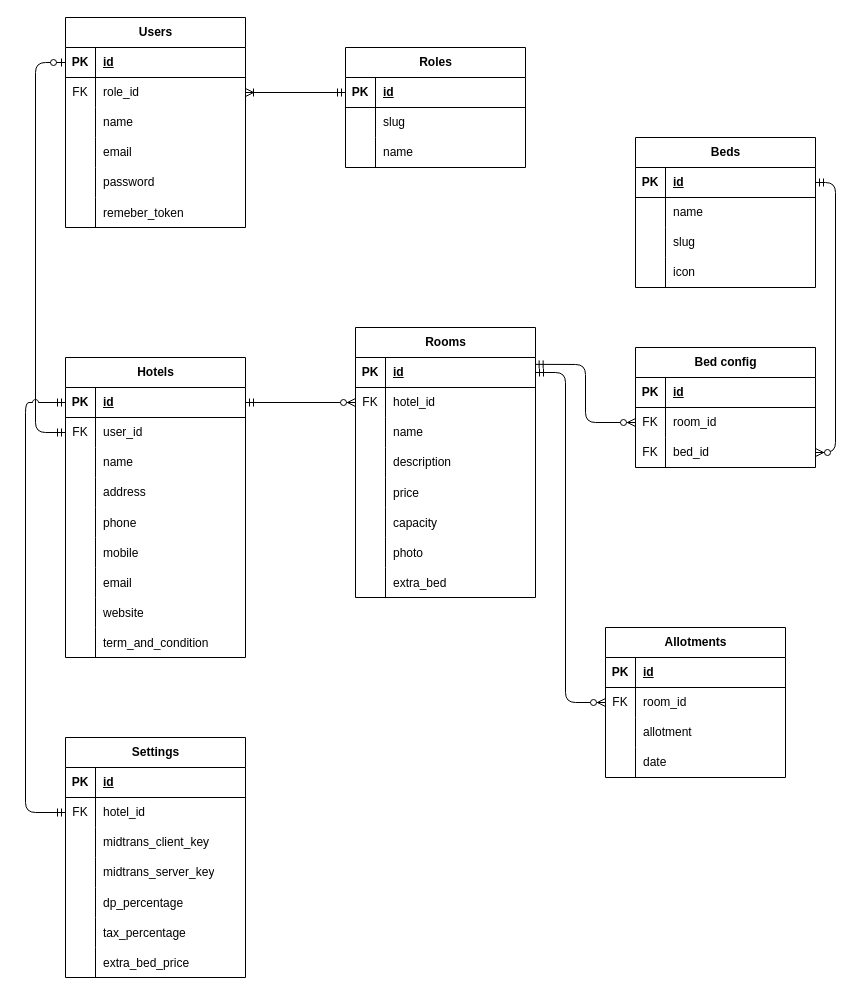
Earlier version of the draw.io diagram diagram.drawio (Hans-Star18/ta-booking-system). Source tidied: cells renumbered, new cells numbered last; positions are measured from the earlier drawing's top-left corner, leaving out a move shared by most shapes. Both pictures are drawn from the tidied source at 100%, with x=0, y=0 at pixel (25, 17).
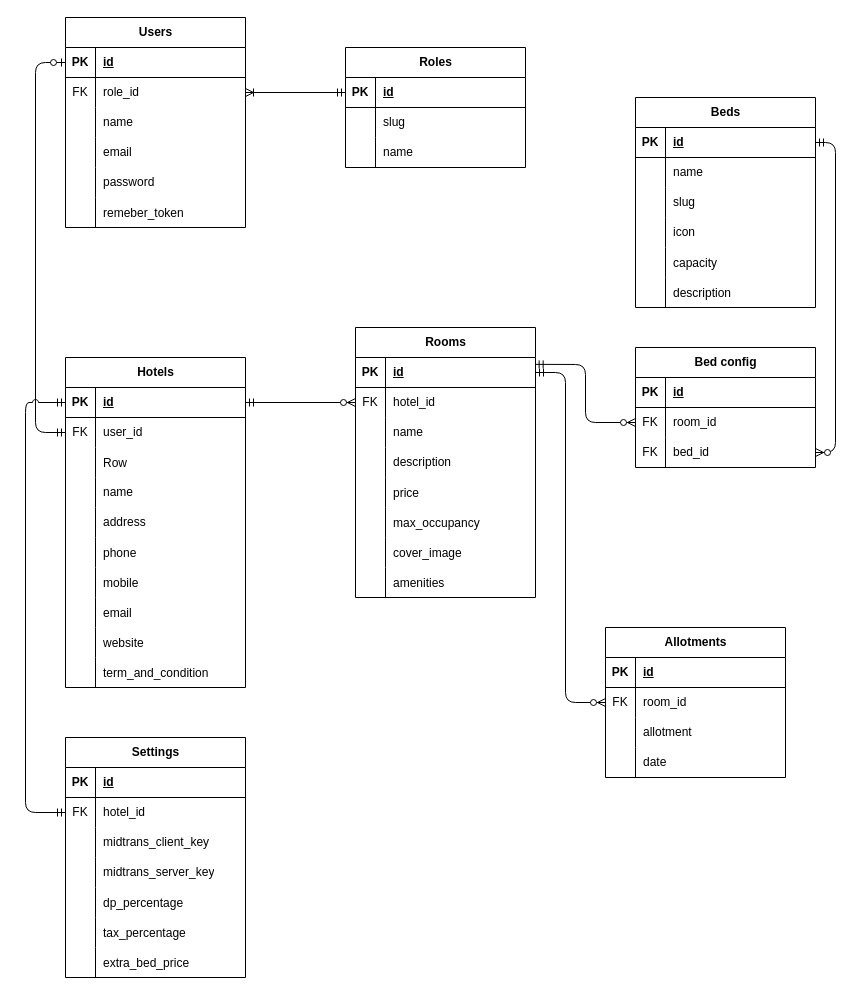
The same diagram, later.

The change refers to these unchanged cells:
```xml
<mxCell id="77" style="shape=tableRow;horizontal=0;startSize=0;swimlaneHead=0;swimlaneBody=0;fillColor=none;top=0;left=0;right=0;bottom=0;" parent="61" vertex="1">
  <mxGeometry y="180" width="180" height="30" as="geometry" />
</mxCell>
<mxCell id="80" style="shape=tableRow;horizontal=0;startSize=0;swimlaneHead=0;swimlaneBody=0;fillColor=none;top=0;left=0;right=0;bottom=0;" parent="61" vertex="1">
  <mxGeometry y="210" width="180" height="30" as="geometry" />
</mxCell>
<mxCell id="83" style="shape=tableRow;horizontal=0;startSize=0;swimlaneHead=0;swimlaneBody=0;fillColor=none;top=0;left=0;right=0;bottom=0;" parent="61" vertex="1">
  <mxGeometry y="240" width="180" height="30" as="geometry" />
</mxCell>
<mxCell id="87" style="shape=tableRow;horizontal=0;startSize=0;swimlaneHead=0;swimlaneBody=0;fillColor=none;points=[[0,0.5],[1,0.5]];portConstraint=eastwest;top=0;left=0;right=0;bottom=1;" parent="86" vertex="1">
  <mxGeometry y="30" width="180" height="30" as="geometry" />
</mxCell>
<mxCell id="121" style="shape=tableRow;horizontal=0;startSize=0;swimlaneHead=0;swimlaneBody=0;fillColor=none;points=[[0,0.5],[1,0.5]];portConstraint=eastwest;top=0;left=0;right=0;bottom=0;" parent="114" vertex="1">
  <mxGeometry y="90" width="180" height="30" as="geometry" />
</mxCell>
```

Diff of the diagram source:
```diff
@@
     <mxCell id="32" value="Hotels" style="shape=table;startSize=30;childLayout=tableLayout;rowLines=0;fontStyle=1;align=center;html=1;" parent="1" vertex="1">
-      <mxGeometry x="40" y="340" width="180" height="300" as="geometry" />
+      <mxGeometry x="40" y="340" width="180" height="330" as="geometry" />
     </mxCell>
@@
+    <mxCell id="149" style="shape=tableRow;horizontal=0;startSize=0;swimlaneHead=0;swimlaneBody=0;fillColor=none;top=0;left=0;right=0;bottom=0;" parent="32" vertex="1">
+      <mxGeometry y="90" width="180" height="30" as="geometry" />
+    </mxCell>
+    <mxCell id="150" style="shape=partialRectangle;fillColor=none;top=0;left=0;bottom=0;right=0;overflow=hidden;" parent="149" vertex="1">
+      <mxGeometry width="30" height="30" as="geometry" />
+    </mxCell>
+    <mxCell id="151" value="Row" style="shape=partialRectangle;fillColor=none;top=0;left=0;bottom=0;right=0;align=left;spacingLeft=6;overflow=hidden;" parent="149" vertex="1">
+      <mxGeometry x="30" width="150" height="30" as="geometry" />
+    </mxCell>
     <mxCell id="39" style="shape=tableRow;horizontal=0;startSize=0;swimlaneHead=0;swimlaneBody=0;fillColor=none;top=0;left=0;right=0;bottom=0;" parent="32" vertex="1">
-      <mxGeometry y="90" width="180" height="30" as="geometry" />
+      <mxGeometry y="120" width="180" height="30" as="geometry" />
     </mxCell>
@@
     <mxCell id="42" style="shape=tableRow;horizontal=0;startSize=0;swimlaneHead=0;swimlaneBody=0;fillColor=none;top=0;left=0;right=0;bottom=0;" parent="32" vertex="1">
-      <mxGeometry y="120" width="180" height="30" as="geometry" />
+      <mxGeometry y="150" width="180" height="30" as="geometry" />
     </mxCell>
@@
     <mxCell id="45" style="shape=tableRow;horizontal=0;startSize=0;swimlaneHead=0;swimlaneBody=0;fillColor=none;top=0;left=0;right=0;bottom=0;" parent="32" vertex="1">
-      <mxGeometry y="150" width="180" height="30" as="geometry" />
+      <mxGeometry y="180" width="180" height="30" as="geometry" />
     </mxCell>
@@
     <mxCell id="48" style="shape=tableRow;horizontal=0;startSize=0;swimlaneHead=0;swimlaneBody=0;fillColor=none;top=0;left=0;right=0;bottom=0;" parent="32" vertex="1">
-      <mxGeometry y="180" width="180" height="30" as="geometry" />
+      <mxGeometry y="210" width="180" height="30" as="geometry" />
     </mxCell>
@@
     <mxCell id="51" style="shape=tableRow;horizontal=0;startSize=0;swimlaneHead=0;swimlaneBody=0;fillColor=none;top=0;left=0;right=0;bottom=0;" parent="32" vertex="1">
-      <mxGeometry y="210" width="180" height="30" as="geometry" />
+      <mxGeometry y="240" width="180" height="30" as="geometry" />
     </mxCell>
@@
     <mxCell id="54" style="shape=tableRow;horizontal=0;startSize=0;swimlaneHead=0;swimlaneBody=0;fillColor=none;top=0;left=0;right=0;bottom=0;" parent="32" vertex="1">
-      <mxGeometry y="240" width="180" height="30" as="geometry" />
+      <mxGeometry y="270" width="180" height="30" as="geometry" />
     </mxCell>
@@
     <mxCell id="57" style="shape=tableRow;horizontal=0;startSize=0;swimlaneHead=0;swimlaneBody=0;fillColor=none;top=0;left=0;right=0;bottom=0;" parent="32" vertex="1">
-      <mxGeometry y="270" width="180" height="30" as="geometry" />
+      <mxGeometry y="300" width="180" height="30" as="geometry" />
     </mxCell>
@@
-    <mxCell id="79" value="capacity" style="shape=partialRectangle;fillColor=none;top=0;left=0;bottom=0;right=0;align=left;spacingLeft=6;overflow=hidden;" parent="77" vertex="1">
+    <mxCell id="79" value="max_occupancy" style="shape=partialRectangle;fillColor=none;top=0;left=0;bottom=0;right=0;align=left;spacingLeft=6;overflow=hidden;" parent="77" vertex="1">
       <mxGeometry x="30" width="150" height="30" as="geometry" />
     </mxCell>
@@
-    <mxCell id="82" value="photo" style="shape=partialRectangle;fillColor=none;top=0;left=0;bottom=0;right=0;align=left;spacingLeft=6;overflow=hidden;" parent="80" vertex="1">
+    <mxCell id="82" value="cover_image" style="shape=partialRectangle;fillColor=none;top=0;left=0;bottom=0;right=0;align=left;spacingLeft=6;overflow=hidden;" parent="80" vertex="1">
       <mxGeometry x="30" width="150" height="30" as="geometry" />
     </mxCell>
@@
-    <mxCell id="84" style="shape=partialRectangle;fillColor=none;top=0;left=0;bottom=0;right=0;overflow=hidden;" parent="83" vertex="1">
-      <mxGeometry width="30" height="30" as="geometry" />
-    </mxCell>
-    <mxCell id="85" value="extra_bed" style="shape=partialRectangle;fillColor=none;top=0;left=0;bottom=0;right=0;align=left;spacingLeft=6;overflow=hidden;" parent="83" vertex="1">
-      <mxGeometry x="30" width="150" height="30" as="geometry" />
-    </mxCell>
+    <mxCell id="152" style="shape=partialRectangle;fillColor=none;top=0;left=0;bottom=0;right=0;overflow=hidden;" parent="83" vertex="1">
+      <mxGeometry width="30" height="30" as="geometry" />
+    </mxCell>
+    <mxCell id="153" value="amenities" style="shape=partialRectangle;fillColor=none;top=0;left=0;bottom=0;right=0;align=left;spacingLeft=6;overflow=hidden;" parent="83" vertex="1">
+      <mxGeometry x="30" width="150" height="30" as="geometry" />
+    </mxCell>
     <mxCell id="86" value="Beds" style="shape=table;startSize=30;childLayout=tableLayout;rowLines=0;fontStyle=1;align=center;html=1;" parent="1" vertex="1">
-      <mxGeometry x="610" y="120" width="180" height="150" as="geometry" />
+      <mxGeometry x="610" y="80" width="180" height="210" as="geometry" />
     </mxCell>
@@
+    <mxCell id="154" style="shape=tableRow;horizontal=0;startSize=0;swimlaneHead=0;swimlaneBody=0;fillColor=none;top=0;left=0;right=0;bottom=0;" parent="86" vertex="1">
+      <mxGeometry y="150" width="180" height="30" as="geometry" />
+    </mxCell>
+    <mxCell id="155" style="shape=partialRectangle;fillColor=none;top=0;left=0;bottom=0;right=0;overflow=hidden;" parent="154" vertex="1">
+      <mxGeometry width="30" height="30" as="geometry" />
+    </mxCell>
+    <mxCell id="156" value="capacity" style="shape=partialRectangle;fillColor=none;top=0;left=0;bottom=0;right=0;align=left;spacingLeft=6;overflow=hidden;" parent="154" vertex="1">
+      <mxGeometry x="30" width="150" height="30" as="geometry" />
+    </mxCell>
+    <mxCell id="157" style="shape=tableRow;horizontal=0;startSize=0;swimlaneHead=0;swimlaneBody=0;fillColor=none;top=0;left=0;right=0;bottom=0;" parent="86" vertex="1">
+      <mxGeometry y="180" width="180" height="30" as="geometry" />
+    </mxCell>
+    <mxCell id="158" style="shape=partialRectangle;fillColor=none;top=0;left=0;bottom=0;right=0;overflow=hidden;" parent="157" vertex="1">
+      <mxGeometry width="30" height="30" as="geometry" />
+    </mxCell>
+    <mxCell id="159" value="description" style="shape=partialRectangle;fillColor=none;top=0;left=0;bottom=0;right=0;align=left;spacingLeft=6;overflow=hidden;" parent="157" vertex="1">
+      <mxGeometry x="30" width="150" height="30" as="geometry" />
+    </mxCell>
@@
     <mxCell id="125" style="fontSize=12;html=1;endArrow=ERzeroToMany;startArrow=ERmandOne;exitX=1;exitY=0.5;exitDx=0;exitDy=0;entryX=1;entryY=0.5;entryDx=0;entryDy=0;" parent="1" edge="1" source="87" target="121">
       <mxGeometry relative="1" as="geometry">
         <Array as="points">
-          <mxPoint x="810" y="165" />
+          <mxPoint x="810" y="125" />
           <mxPoint x="810" y="435" />
         </Array>
       </mxGeometry>
     </mxCell>
```
